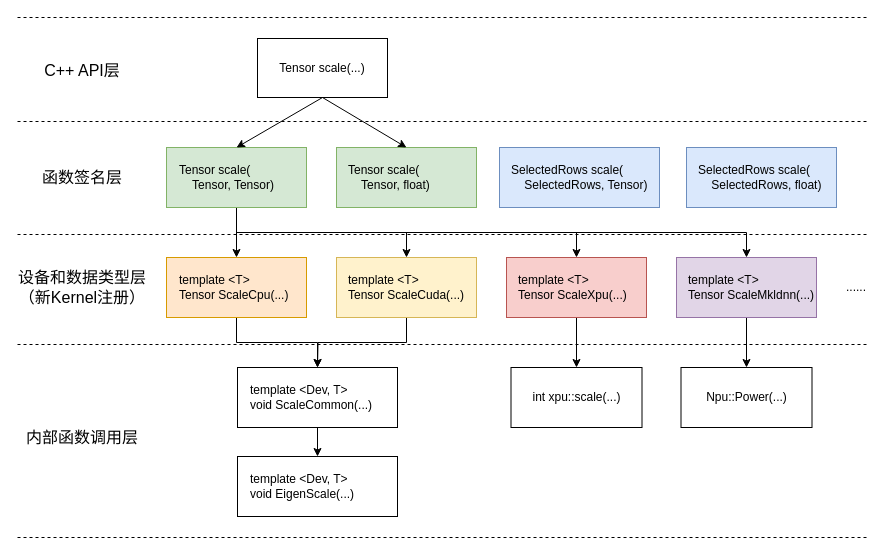
Above: page "func-level" (10 of 10) of op2func.drawio in chenwhql/diagrams (draw.io), before the change. Source tidied: cells renumbered, new cells numbered last; positions are measured from the earlier drawing's top-left corner, leaving out a move shared by most shapes. Both pictures are drawn from the tidied source at 100%, with x=0, y=0 at pixel (17, 17).
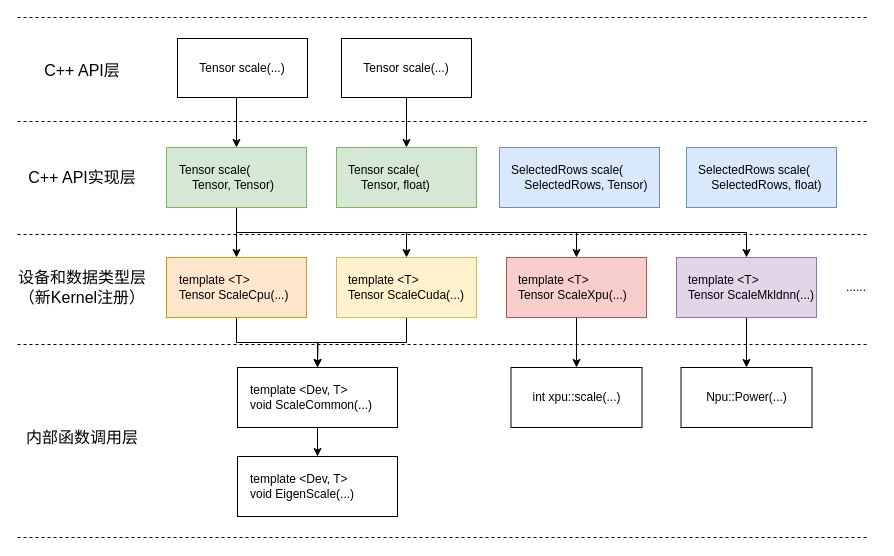
The same page after the edit.

The change refers to these unchanged cells:
```xml
<mxCell id="16" value="Tensor scale(&lt;br&gt;&amp;nbsp; &amp;nbsp; Tensor, Tensor)" style="rounded=0;whiteSpace=wrap;html=1;align=left;spacingLeft=11;fillColor=#d5e8d4;strokeColor=#82b366;" parent="1" vertex="1">
  <mxGeometry x="149" y="130" width="140" height="60" as="geometry" />
</mxCell>
```

Change to the diagram source:
```diff
@@
     <mxCell id="2" value="Tensor scale(...)" style="rounded=0;whiteSpace=wrap;html=1;" parent="1" vertex="1">
-      <mxGeometry x="240" y="21" width="130" height="59" as="geometry" />
+      <mxGeometry x="324" y="21" width="130" height="59" as="geometry" />
     </mxCell>
@@
-    <mxCell id="31" value="函数签名层" style="text;html=1;strokeColor=none;fillColor=none;align=center;verticalAlign=middle;whiteSpace=wrap;rounded=0;fontSize=16;" parent="1" vertex="1">
+    <mxCell id="31" value="C++ API实现层" style="text;html=1;strokeColor=none;fillColor=none;align=center;verticalAlign=middle;whiteSpace=wrap;rounded=0;fontSize=16;" parent="1" vertex="1">
       <mxGeometry y="150" width="130" height="20" as="geometry" />
     </mxCell>
@@
-    <mxCell id="34" style="endArrow=classic;html=1;fontSize=16;exitX=0.5;exitY=1;exitDx=0;exitDy=0;entryX=0.5;entryY=0;entryDx=0;entryDy=0;" parent="1" edge="1" source="2" target="16">
+    <mxCell id="34" style="endArrow=classic;html=1;fontSize=16;exitX=0.454;exitY=1;exitDx=0;exitDy=0;entryX=0.5;entryY=0;entryDx=0;entryDy=0;exitPerimeter=0;" parent="1" edge="1" source="36" target="16">
       <mxGeometry relative="1" as="geometry" />
     </mxCell>
@@
+    <mxCell id="36" value="Tensor scale(...)" style="rounded=0;whiteSpace=wrap;html=1;" parent="1" vertex="1">
+      <mxGeometry x="160" y="21" width="130" height="59" as="geometry" />
+    </mxCell>
```
